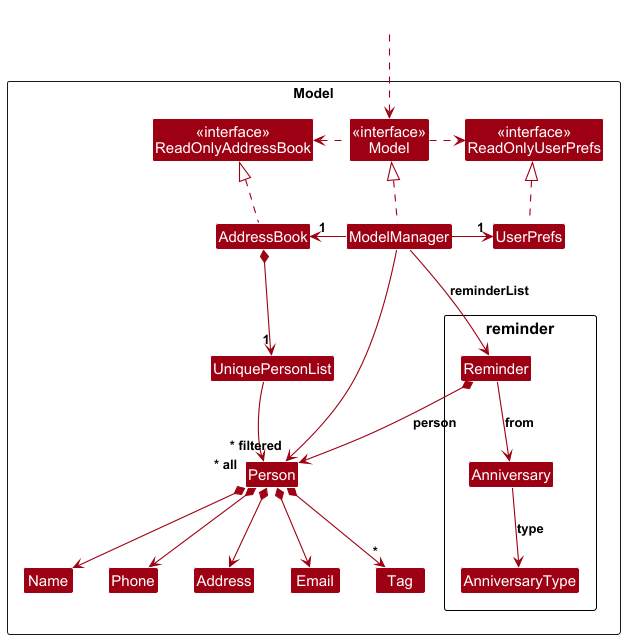
Above: docs/images/ModelClassDiagram.png in kimseunghyun-kr/tp (PlantUML), before the change.
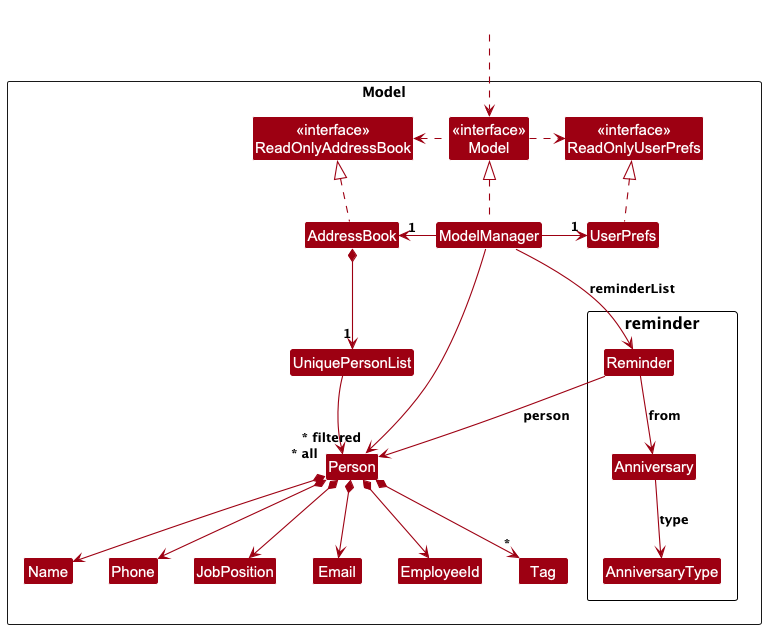
Above is the later version.

What changed in the source:
```diff
@@ -13,8 +13,9 @@
   Class UserPrefs
 
   Class UniquePersonList
+  Class EmployeeId
   Class Person
-  Class Address
+  Class JobPosition
   Class Email
   Class Name
   Class Phone
@@ -51,19 +52,20 @@
 Person *--> Name
 Person *--> Phone
 Person *--> Email
-Person *--> Address
+Person *--> JobPosition
+Person *--> EmployeeId
 Person *--> "*" Tag
 
 ModelManager --> "~* filtered" Person
 
-Reminder *--> Person : person
+Reminder --> Person : person
 Reminder --> Anniversary : from
 Anniversary --> AnniversaryType : type
 ModelManager --> Reminder : reminderList
 
 Person -[hidden]up-> UniquePersonList
 Name -[hidden]right-> Phone
-Phone -[hidden]right-> Address
-Address -[hidden]right-> Email
+Phone -[hidden]right-> JobPosition
+JobPosition -[hidden]right-> Email
 
 @enduml
```
